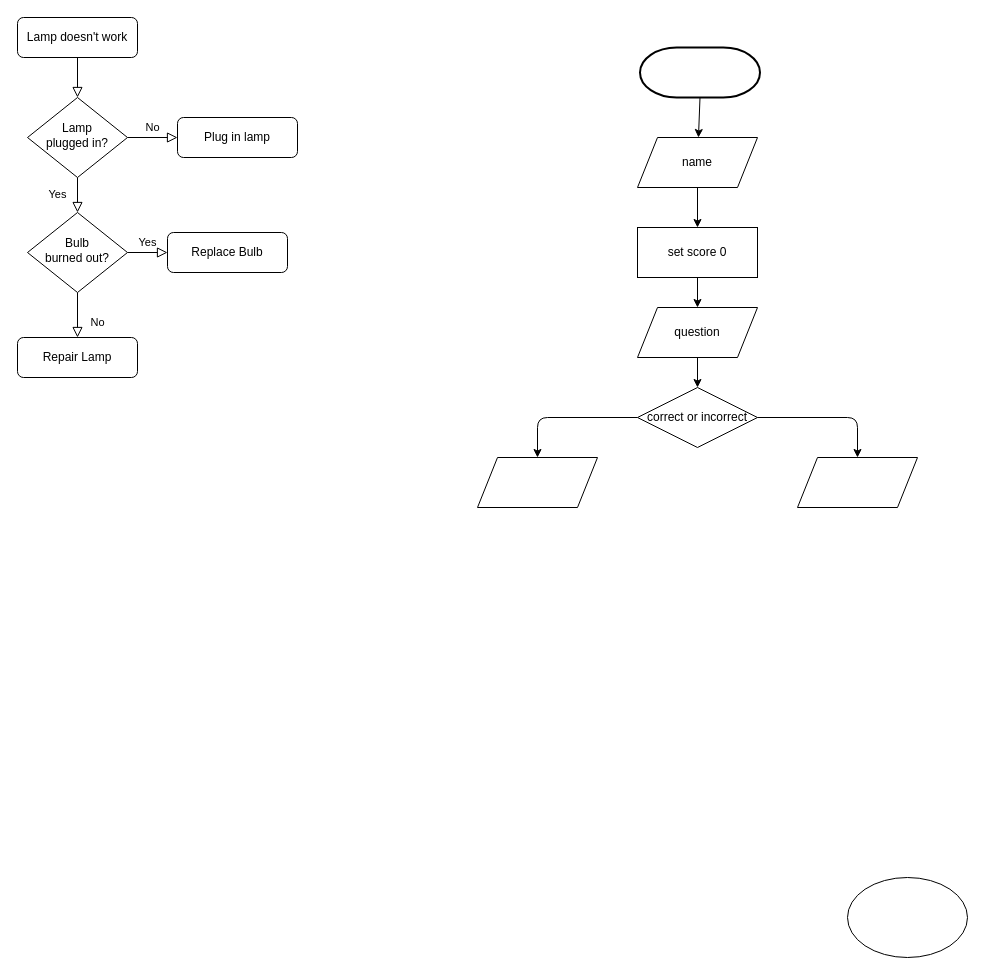
Before: main/Untitled Diagram.drawio in ASDAH-Digtal/level-1-python-quiz-Jianaaaa, a draw.io diagram. Source tidied: cells renumbered, new cells numbered last; positions are measured from the earlier drawing's top-left corner, leaving out a move shared by most shapes. Both pictures are drawn from the tidied source at 100%, with x=0, y=0 at pixel (17, 17).
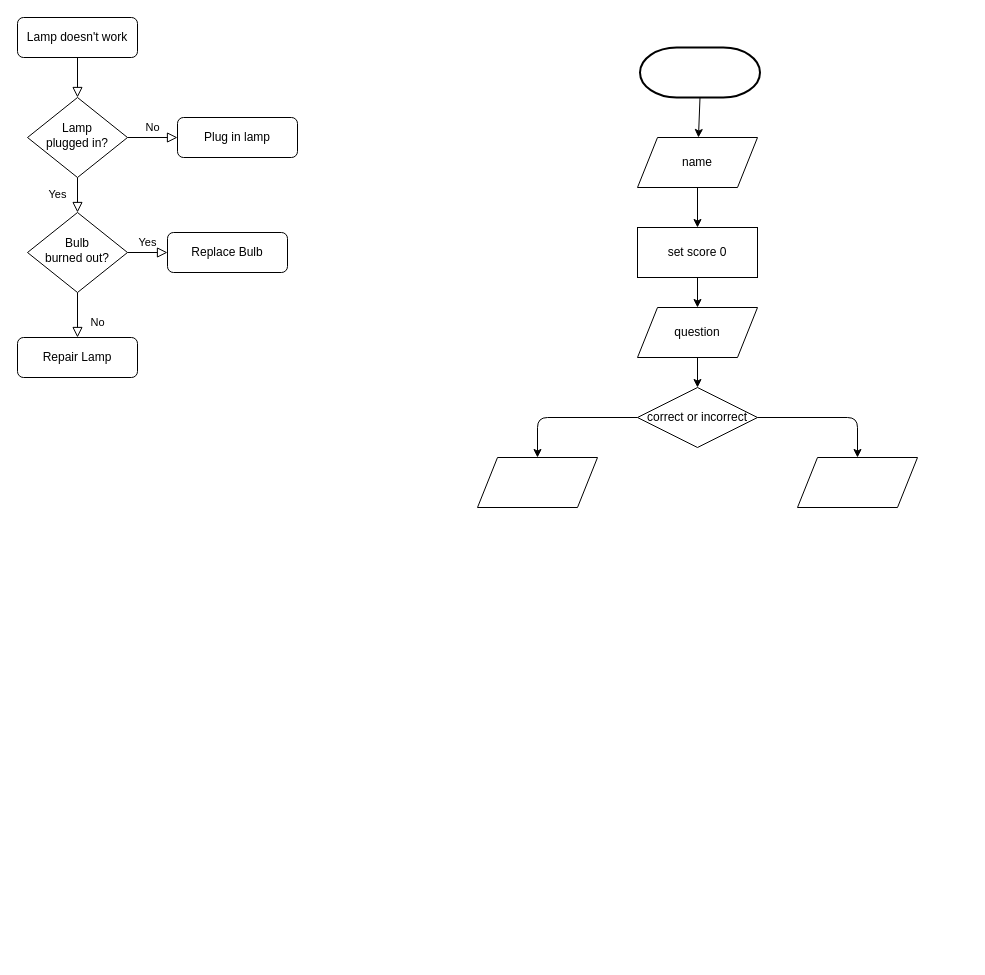
The same page after the edit.

Diff of the diagram source:
```diff
@@
-    <mxCell id="15" style="ellipse;whiteSpace=wrap;html=1;" parent="1" vertex="1">
-      <mxGeometry x="830" y="860" width="120" height="80" as="geometry" />
-    </mxCell>
```
